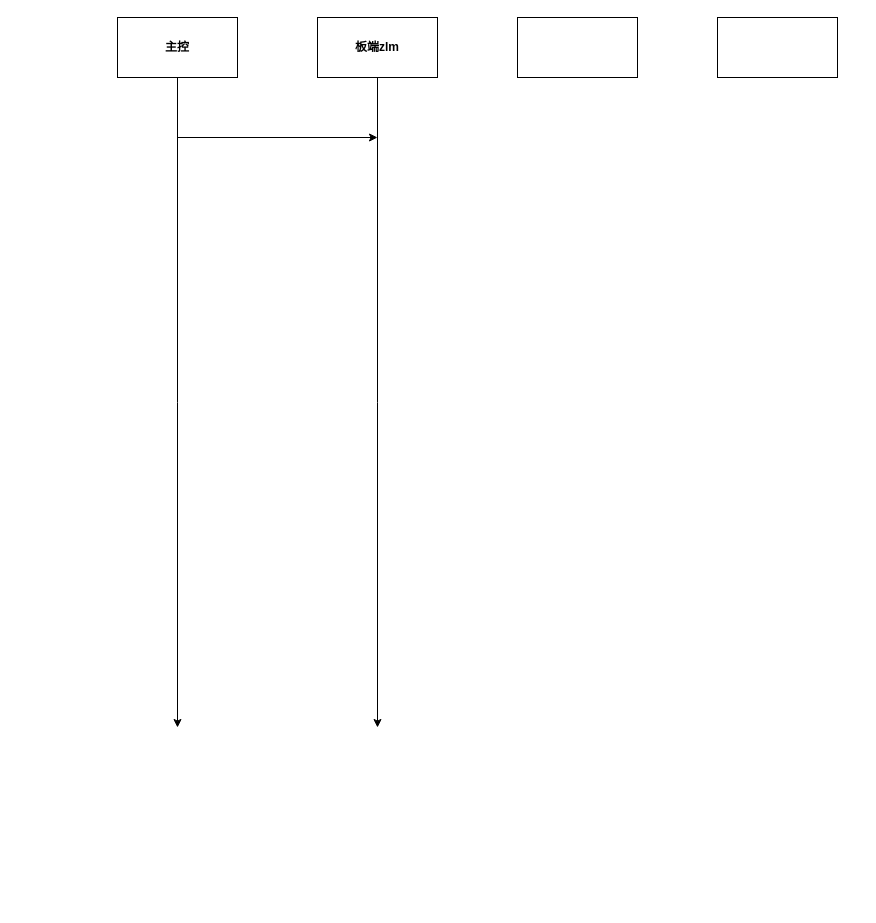
Before: weidian.drawio in craterone/imgs, a draw.io diagram. Source tidied: cells renumbered, new cells numbered last; positions are measured from the earlier drawing's top-left corner, leaving out a move shared by most shapes. Both pictures are drawn from the tidied source at 100%, with x=0, y=0 at pixel (117, 17).
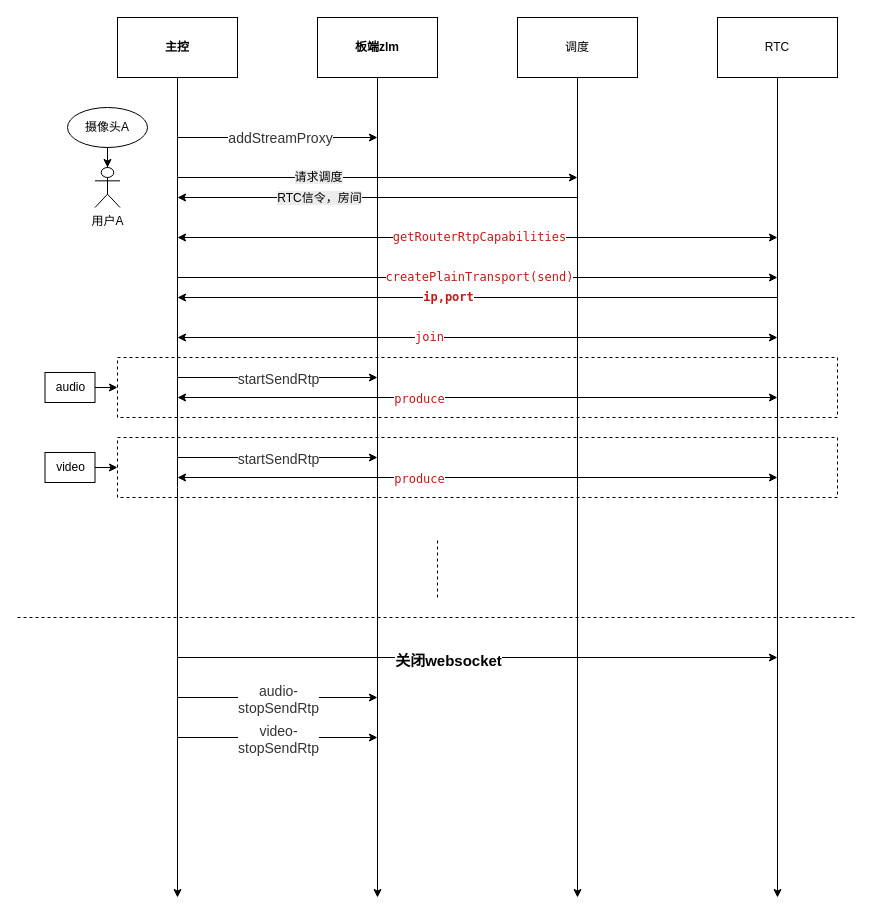
The same page after the edit.

Unchanged cells that the change refers to:
```xml
<mxCell id="3" value="&lt;b&gt;主控&lt;/b&gt;" style="rounded=0;whiteSpace=wrap;html=1;" parent="1" vertex="1">
  <mxGeometry width="120" height="60" as="geometry" />
</mxCell>
<mxCell id="5" value="&lt;b&gt;板端zlm&lt;/b&gt;" style="rounded=0;whiteSpace=wrap;html=1;" parent="1" vertex="1">
  <mxGeometry x="200" width="120" height="60" as="geometry" />
</mxCell>
<mxCell id="8" style="endArrow=classic;html=1;rounded=0;" parent="1" edge="1">
  <mxGeometry relative="1" as="geometry">
    <mxPoint x="60" y="120" as="sourcePoint" />
    <mxPoint x="260" y="120" as="targetPoint" />
  </mxGeometry>
</mxCell>
```

What changed in the source:
```diff
@@
+    <mxCell id="9" style="rounded=0;whiteSpace=wrap;html=1;dashed=1;" parent="1" vertex="1">
+      <mxGeometry y="420" width="720" height="60" as="geometry" />
+    </mxCell>
+    <mxCell id="10" style="rounded=0;whiteSpace=wrap;html=1;dashed=1;" parent="1" vertex="1">
+      <mxGeometry y="340" width="720" height="60" as="geometry" />
+    </mxCell>
     <mxCell id="2" style="edgeStyle=orthogonalEdgeStyle;rounded=0;jettySize=auto;html=1;" parent="1" edge="1" source="3">
       <mxGeometry relative="1" as="geometry">
-        <mxPoint x="60" y="710" as="targetPoint" />
+        <mxPoint x="60" y="880" as="targetPoint" />
       </mxGeometry>
     </mxCell>
@@
     <mxCell id="4" style="edgeStyle=orthogonalEdgeStyle;rounded=0;jettySize=auto;html=1;" parent="1" edge="1" source="5">
       <mxGeometry relative="1" as="geometry">
-        <mxPoint x="260" y="710" as="targetPoint" />
+        <mxPoint x="260" y="880" as="targetPoint" />
       </mxGeometry>
     </mxCell>
@@
+    <mxCell id="11" style="edgeStyle=orthogonalEdgeStyle;rounded=0;jettySize=auto;html=1;" parent="1" edge="1" source="6">
+      <mxGeometry relative="1" as="geometry">
+        <mxPoint x="460" y="880" as="targetPoint" />
+      </mxGeometry>
+    </mxCell>
-    <mxCell id="6" style="rounded=0;whiteSpace=wrap;html=1;" parent="1" vertex="1">
+    <mxCell id="6" value="调度" style="rounded=0;whiteSpace=wrap;html=1;" parent="1" vertex="1">
       <mxGeometry x="400" width="120" height="60" as="geometry" />
     </mxCell>
+    <mxCell id="12" style="edgeStyle=orthogonalEdgeStyle;rounded=0;jettySize=auto;html=1;" parent="1" edge="1" source="7">
+      <mxGeometry relative="1" as="geometry">
+        <mxPoint x="660" y="880" as="targetPoint" />
+      </mxGeometry>
+    </mxCell>
-    <mxCell id="7" style="rounded=0;whiteSpace=wrap;html=1;" parent="1" vertex="1">
+    <mxCell id="7" value="RTC" style="rounded=0;whiteSpace=wrap;html=1;" parent="1" vertex="1">
       <mxGeometry x="600" width="120" height="60" as="geometry" />
     </mxCell>
@@
+    <mxCell id="13" value="&lt;span style=&quot;color: rgb(51, 51, 51); font-family: Arial, sans-serif; font-size: 14px; text-align: left; text-wrap-mode: wrap;&quot;&gt;addStreamProxy&lt;/span&gt;" style="edgeLabel;html=1;align=center;verticalAlign=middle;" parent="8" vertex="1">
+      <mxGeometry x="0.02" y="-2" relative="1" as="geometry">
+        <mxPoint y="-2" as="offset" />
+      </mxGeometry>
+    </mxCell>
+    <mxCell id="14" value="摄像头A" style="ellipse;whiteSpace=wrap;html=1;" parent="1" vertex="1">
+      <mxGeometry x="-50" y="90" width="80" height="40" as="geometry" />
+    </mxCell>
+    <mxCell id="15" style="endArrow=classic;html=1;rounded=0;" parent="1" edge="1">
+      <mxGeometry relative="1" as="geometry">
+        <mxPoint x="60" y="160" as="sourcePoint" />
+        <mxPoint x="460" y="160" as="targetPoint" />
+      </mxGeometry>
+    </mxCell>
+    <mxCell id="16" value="&lt;span style=&quot;font-size: 12px; background-color: rgb(236, 236, 236);&quot;&gt;请求调度&lt;/span&gt;" style="edgeLabel;html=1;align=center;verticalAlign=middle;" parent="15" vertex="1">
+      <mxGeometry x="-0.07" y="1" relative="1" as="geometry">
+        <mxPoint x="-46" as="offset" />
+      </mxGeometry>
+    </mxCell>
+    <mxCell id="17" value="用户A" style="shape=umlActor;verticalLabelPosition=bottom;verticalAlign=top;html=1;outlineConnect=0;" parent="1" vertex="1">
+      <mxGeometry x="-22.5" y="150" width="25" height="40" as="geometry" />
+    </mxCell>
+    <mxCell id="18" style="edgeStyle=orthogonalEdgeStyle;rounded=0;jettySize=auto;html=1;entryX=0.5;entryY=0;entryDx=0;entryDy=0;entryPerimeter=0;" parent="1" edge="1" source="14" target="17">
+      <mxGeometry relative="1" as="geometry" />
+    </mxCell>
+    <mxCell id="19" style="endArrow=classic;html=1;rounded=0;" parent="1" edge="1">
+      <mxGeometry relative="1" as="geometry">
+        <mxPoint x="460" y="180" as="sourcePoint" />
+        <mxPoint x="60" y="180" as="targetPoint" />
+      </mxGeometry>
+    </mxCell>
+    <mxCell id="20" value="&lt;span style=&quot;font-size: 12px; background-color: rgb(236, 236, 236);&quot;&gt;RTC信令，房间&lt;/span&gt;" style="edgeLabel;html=1;align=center;verticalAlign=middle;" parent="19" vertex="1">
+      <mxGeometry x="0.04" y="-3" relative="1" as="geometry">
+        <mxPoint x="-51" y="3" as="offset" />
+      </mxGeometry>
+    </mxCell>
+    <mxCell id="21" style="endArrow=classic;html=1;rounded=0;startArrow=classic;startFill=1;" parent="1" edge="1">
+      <mxGeometry relative="1" as="geometry">
+        <mxPoint x="60" y="220" as="sourcePoint" />
+        <mxPoint x="660" y="220" as="targetPoint" />
+      </mxGeometry>
+    </mxCell>
+    <mxCell id="22" value="&lt;p style=&quot;margin: 0px; font-variant-numeric: normal; font-variant-east-asian: normal; font-variant-alternates: normal; font-size-adjust: none; font-kerning: auto; font-optical-sizing: auto; font-feature-settings: normal; font-variation-settings: normal; font-variant-position: normal; font-variant-emoji: normal; font-stretch: normal; font-size: 12px; line-height: normal; font-family: Menlo; color: rgb(196, 26, 22); text-align: start; text-wrap-mode: wrap;&quot; class=&quot;p1&quot;&gt;getRouterRtpCapabilities&lt;/p&gt;" style="edgeLabel;html=1;align=center;verticalAlign=middle;" parent="21" vertex="1">
+      <mxGeometry x="-0.26" y="2" relative="1" as="geometry">
+        <mxPoint x="79" as="offset" />
+      </mxGeometry>
+    </mxCell>
+    <mxCell id="23" style="endArrow=classic;html=1;rounded=0;startArrow=none;startFill=0;" parent="1" edge="1">
+      <mxGeometry relative="1" as="geometry">
+        <mxPoint x="60" y="260" as="sourcePoint" />
+        <mxPoint x="660" y="260" as="targetPoint" />
+      </mxGeometry>
+    </mxCell>
+    <mxCell id="24" value="&lt;p style=&quot;margin: 0px; font-variant-numeric: normal; font-variant-east-asian: normal; font-variant-alternates: normal; font-size-adjust: none; font-kerning: auto; font-optical-sizing: auto; font-feature-settings: normal; font-variation-settings: normal; font-variant-position: normal; font-variant-emoji: normal; font-stretch: normal; font-size: 12px; line-height: normal; font-family: Menlo; color: rgb(196, 26, 22); text-align: start; text-wrap-mode: wrap;&quot; class=&quot;p1&quot;&gt;createPlainTransport(send)&lt;/p&gt;" style="edgeLabel;html=1;align=center;verticalAlign=middle;" parent="23" vertex="1">
+      <mxGeometry x="-0.26" y="2" relative="1" as="geometry">
+        <mxPoint x="79" as="offset" />
+      </mxGeometry>
+    </mxCell>
+    <mxCell id="25" style="endArrow=classic;html=1;rounded=0;startArrow=classic;startFill=1;" parent="1" edge="1">
+      <mxGeometry relative="1" as="geometry">
+        <mxPoint x="60" y="320" as="sourcePoint" />
+        <mxPoint x="660" y="320" as="targetPoint" />
+      </mxGeometry>
+    </mxCell>
+    <mxCell id="26" value="&lt;p style=&quot;margin: 0px; font-variant-numeric: normal; font-variant-east-asian: normal; font-variant-alternates: normal; font-size-adjust: none; font-kerning: auto; font-optical-sizing: auto; font-feature-settings: normal; font-variation-settings: normal; font-variant-position: normal; font-variant-emoji: normal; font-stretch: normal; font-size: 12px; line-height: normal; font-family: Menlo; color: rgb(196, 26, 22); text-align: start; text-wrap-mode: wrap;&quot; class=&quot;p1&quot;&gt;join&lt;/p&gt;" style="edgeLabel;html=1;align=center;verticalAlign=middle;" parent="25" vertex="1">
+      <mxGeometry x="-0.26" y="2" relative="1" as="geometry">
+        <mxPoint x="29" as="offset" />
+      </mxGeometry>
+    </mxCell>
+    <mxCell id="27" style="endArrow=classic;html=1;rounded=0;" parent="1" edge="1">
+      <mxGeometry relative="1" as="geometry">
+        <mxPoint x="660" y="280" as="sourcePoint" />
+        <mxPoint x="60" y="280" as="targetPoint" />
+      </mxGeometry>
+    </mxCell>
+    <mxCell id="28" value="&lt;span style=&quot;color: rgb(196, 26, 22); font-family: Menlo; font-size: 12px; text-align: start; text-wrap-mode: wrap;&quot;&gt;&lt;b&gt;ip,port&lt;/b&gt;&lt;/span&gt;" style="edgeLabel;html=1;align=center;verticalAlign=middle;" parent="27" vertex="1">
+      <mxGeometry x="0.27" y="-1" relative="1" as="geometry">
+        <mxPoint x="51" as="offset" />
+      </mxGeometry>
+    </mxCell>
+    <mxCell id="29" style="endArrow=classic;html=1;rounded=0;startArrow=classic;startFill=1;" parent="1" edge="1">
+      <mxGeometry relative="1" as="geometry">
+        <mxPoint x="60" y="380" as="sourcePoint" />
+        <mxPoint x="660" y="380" as="targetPoint" />
+      </mxGeometry>
+    </mxCell>
+    <mxCell id="30" value="&lt;p style=&quot;margin: 0px; font-variant-numeric: normal; font-variant-east-asian: normal; font-variant-alternates: normal; font-size-adjust: none; font-kerning: auto; font-optical-sizing: auto; font-feature-settings: normal; font-variation-settings: normal; font-variant-position: normal; font-variant-emoji: normal; font-stretch: normal; font-size: 12px; line-height: normal; font-family: Menlo; color: rgb(196, 26, 22); text-align: start; text-wrap-mode: wrap;&quot; class=&quot;p1&quot;&gt;produce&lt;/p&gt;" style="edgeLabel;html=1;align=center;verticalAlign=middle;" parent="29" vertex="1">
+      <mxGeometry x="-0.26" y="2" relative="1" as="geometry">
+        <mxPoint x="19" y="2" as="offset" />
+      </mxGeometry>
+    </mxCell>
+    <mxCell id="31" style="endArrow=classic;html=1;rounded=0;" parent="1" edge="1">
+      <mxGeometry relative="1" as="geometry">
+        <mxPoint x="60" y="360" as="sourcePoint" />
+        <mxPoint x="260" y="360" as="targetPoint" />
+      </mxGeometry>
+    </mxCell>
+    <mxCell id="32" value="&lt;span style=&quot;color: rgb(51, 51, 51); font-family: Arial, sans-serif; font-size: 14px; text-align: left; text-wrap-mode: wrap;&quot;&gt;startSendRtp&lt;/span&gt;" style="edgeLabel;html=1;align=center;verticalAlign=middle;" parent="31" vertex="1">
+      <mxGeometry x="-0.14" y="-1" relative="1" as="geometry">
+        <mxPoint x="14" as="offset" />
+      </mxGeometry>
+    </mxCell>
+    <mxCell id="33" style="edgeStyle=orthogonalEdgeStyle;rounded=0;jettySize=auto;html=1;entryX=0;entryY=0.5;entryDx=0;entryDy=0;" parent="1" edge="1" source="34" target="10">
+      <mxGeometry relative="1" as="geometry" />
+    </mxCell>
+    <mxCell id="34" value="audio" style="text;html=1;align=center;verticalAlign=middle;points=[];strokeColor=default;fillColor=none;" parent="1" vertex="1">
+      <mxGeometry x="-72.5" y="355" width="50" height="30" as="geometry" />
+    </mxCell>
+    <mxCell id="35" style="endArrow=classic;html=1;rounded=0;startArrow=classic;startFill=1;" parent="1" edge="1">
+      <mxGeometry relative="1" as="geometry">
+        <mxPoint x="60" y="460" as="sourcePoint" />
+        <mxPoint x="660" y="460" as="targetPoint" />
+      </mxGeometry>
+    </mxCell>
+    <mxCell id="36" value="&lt;p style=&quot;margin: 0px; font-variant-numeric: normal; font-variant-east-asian: normal; font-variant-alternates: normal; font-size-adjust: none; font-kerning: auto; font-optical-sizing: auto; font-feature-settings: normal; font-variation-settings: normal; font-variant-position: normal; font-variant-emoji: normal; font-stretch: normal; font-size: 12px; line-height: normal; font-family: Menlo; color: rgb(196, 26, 22); text-align: start; text-wrap-mode: wrap;&quot; class=&quot;p1&quot;&gt;produce&lt;/p&gt;" style="edgeLabel;html=1;align=center;verticalAlign=middle;" parent="35" vertex="1">
+      <mxGeometry x="-0.26" y="2" relative="1" as="geometry">
+        <mxPoint x="19" y="2" as="offset" />
+      </mxGeometry>
+    </mxCell>
+    <mxCell id="37" style="endArrow=classic;html=1;rounded=0;" parent="1" edge="1">
+      <mxGeometry relative="1" as="geometry">
+        <mxPoint x="60" y="440" as="sourcePoint" />
+        <mxPoint x="260" y="440" as="targetPoint" />
+      </mxGeometry>
+    </mxCell>
+    <mxCell id="38" value="&lt;span style=&quot;color: rgb(51, 51, 51); font-family: Arial, sans-serif; font-size: 14px; text-align: left; text-wrap-mode: wrap;&quot;&gt;startSendRtp&lt;/span&gt;" style="edgeLabel;html=1;align=center;verticalAlign=middle;" parent="37" vertex="1">
+      <mxGeometry x="-0.14" y="-1" relative="1" as="geometry">
+        <mxPoint x="14" as="offset" />
+      </mxGeometry>
+    </mxCell>
+    <mxCell id="39" style="edgeStyle=orthogonalEdgeStyle;rounded=0;jettySize=auto;html=1;entryX=0;entryY=0.5;entryDx=0;entryDy=0;" parent="1" edge="1" source="40" target="9">
+      <mxGeometry relative="1" as="geometry" />
+    </mxCell>
+    <mxCell id="40" value="video" style="text;html=1;align=center;verticalAlign=middle;points=[];strokeColor=default;fillColor=none;" parent="1" vertex="1">
+      <mxGeometry x="-72.5" y="435" width="50" height="30" as="geometry" />
+    </mxCell>
+    <mxCell id="41" style="endArrow=none;dashed=1;html=1;rounded=0;" parent="1" edge="1">
+      <mxGeometry relative="1" as="geometry">
+        <mxPoint x="-100" y="600" as="sourcePoint" />
+        <mxPoint x="740" y="600" as="targetPoint" />
+      </mxGeometry>
+    </mxCell>
+    <mxCell id="42" style="endArrow=none;dashed=1;html=1;rounded=0;strokeWidth=1;curved=0;fontStyle=1;" parent="1" edge="1">
+      <mxGeometry relative="1" as="geometry">
+        <mxPoint x="320" y="580" as="sourcePoint" />
+        <mxPoint x="320" y="520" as="targetPoint" />
+      </mxGeometry>
+    </mxCell>
+    <mxCell id="43" style="endArrow=classic;html=1;rounded=0;" parent="1" edge="1">
+      <mxGeometry relative="1" as="geometry">
+        <mxPoint x="60" y="680" as="sourcePoint" />
+        <mxPoint x="260" y="680" as="targetPoint" />
+      </mxGeometry>
+    </mxCell>
+    <mxCell id="44" value="&lt;span style=&quot;color: rgb(51, 51, 51); font-family: Arial, sans-serif; font-size: 14px; text-align: left; text-wrap-mode: wrap;&quot;&gt;audio-stopSendRtp&lt;/span&gt;" style="edgeLabel;html=1;align=center;verticalAlign=middle;" parent="43" vertex="1">
+      <mxGeometry x="-0.14" y="-1" relative="1" as="geometry">
+        <mxPoint x="14" as="offset" />
+      </mxGeometry>
+    </mxCell>
+    <mxCell id="45" style="endArrow=classic;html=1;rounded=0;" parent="1" edge="1">
+      <mxGeometry relative="1" as="geometry">
+        <mxPoint x="60" y="720" as="sourcePoint" />
+        <mxPoint x="260" y="720" as="targetPoint" />
+      </mxGeometry>
+    </mxCell>
+    <mxCell id="46" value="&lt;span style=&quot;color: rgb(51, 51, 51); font-family: Arial, sans-serif; font-size: 14px; text-align: left; text-wrap-mode: wrap;&quot;&gt;video-stopSendRtp&lt;/span&gt;" style="edgeLabel;html=1;align=center;verticalAlign=middle;" parent="45" vertex="1">
+      <mxGeometry x="-0.14" y="-1" relative="1" as="geometry">
+        <mxPoint x="14" as="offset" />
+      </mxGeometry>
+    </mxCell>
+    <mxCell id="47" style="endArrow=classic;html=1;rounded=0;" parent="1" edge="1">
+      <mxGeometry relative="1" as="geometry">
+        <mxPoint x="60" y="640" as="sourcePoint" />
+        <mxPoint x="660" y="640" as="targetPoint" />
+      </mxGeometry>
+    </mxCell>
+    <mxCell id="48" value="&lt;b&gt;&lt;font style=&quot;font-size: 15px;&quot;&gt;关闭websocket&lt;/font&gt;&lt;/b&gt;" style="edgeLabel;html=1;align=center;verticalAlign=middle;" parent="47" vertex="1">
+      <mxGeometry x="-0.1" y="-2" relative="1" as="geometry" />
+    </mxCell>
```
